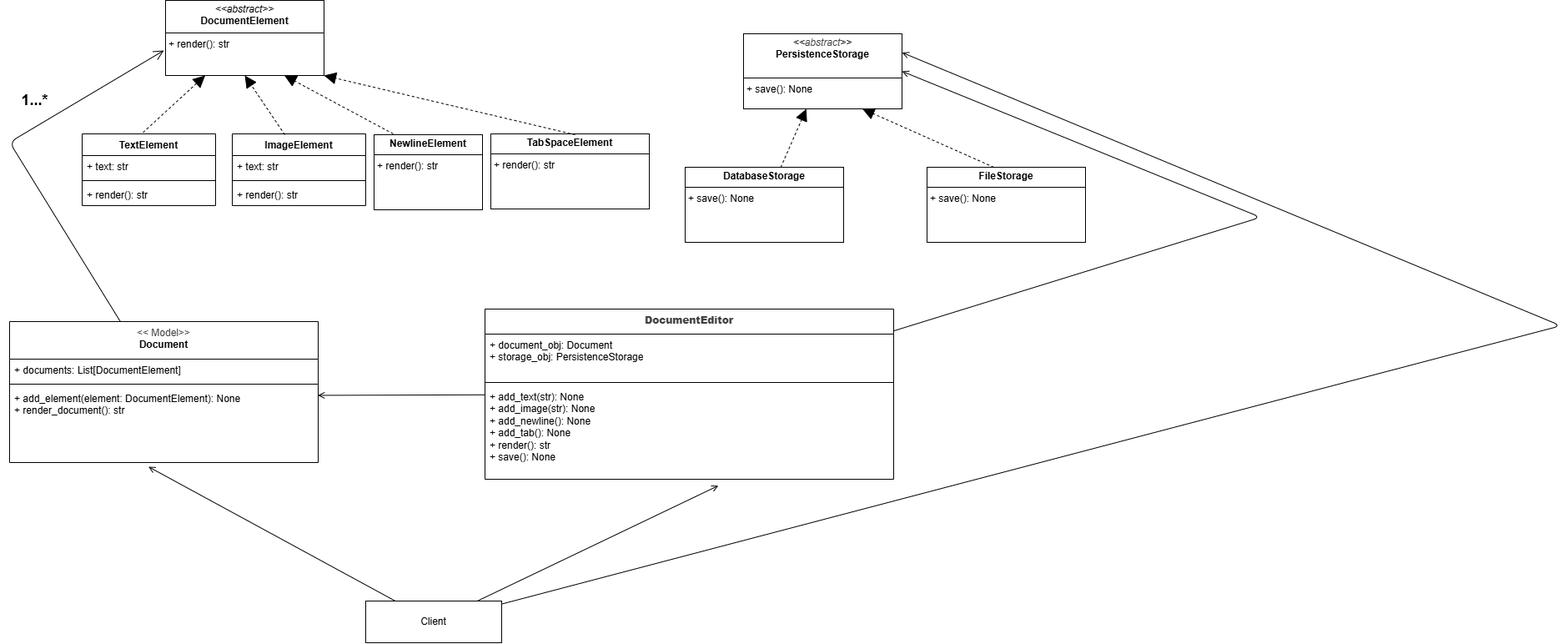
Above: Design problems/01. Document Editor/UML.drawio.png in kom3/LLD-Python (draw.io), before the change. Source tidied: cells renumbered, new cells last; positions are measured from the earlier drawing's top-left corner, leaving out a move shared by most shapes.
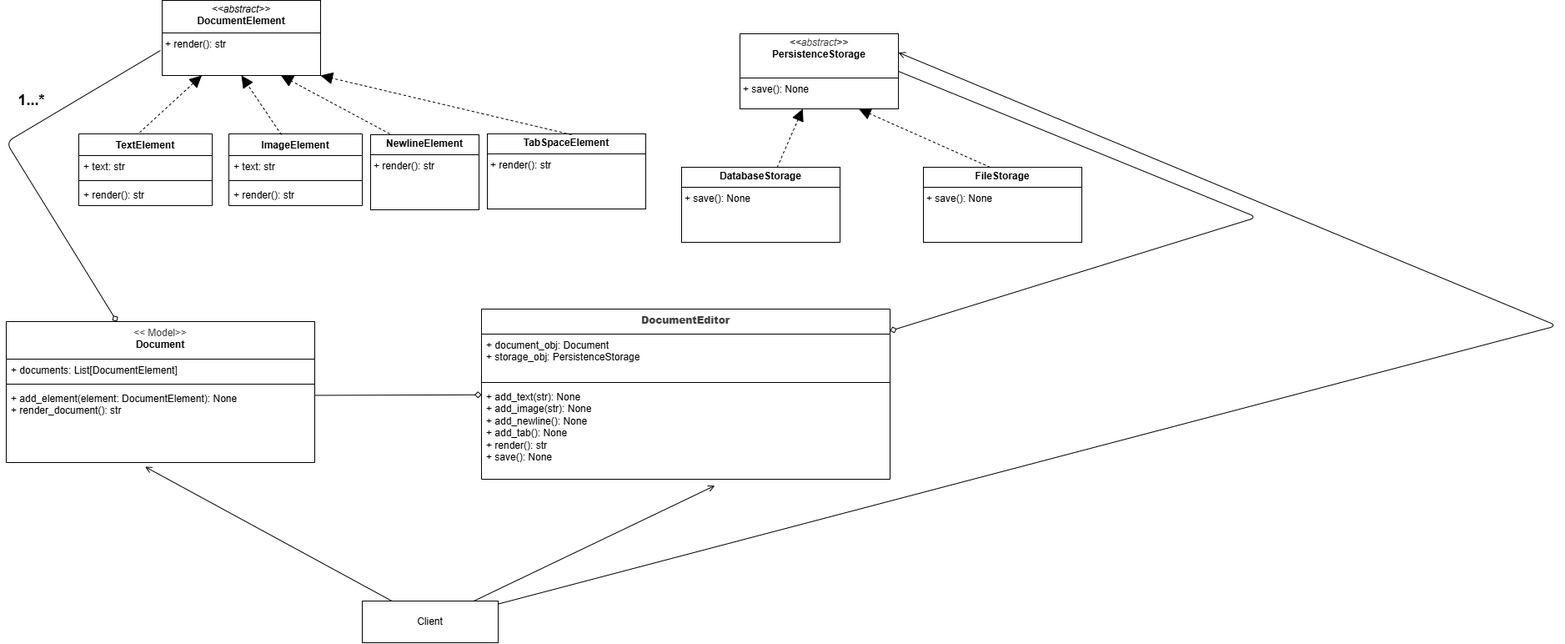
The same diagram one commit later.

What changed in the source:
```diff
@@ -8,7 +8,7 @@
     <mxCell id="3" value="&lt;p style=&quot;margin:0px;margin-top:4px;text-align:center;&quot;&gt;&lt;i&gt;&amp;lt;&amp;lt;&lt;/i&gt;&lt;i style=&quot;color: rgb(63, 63, 63); scrollbar-color: rgb(226, 226, 226) rgb(251, 251, 251);&quot;&gt;abstract&lt;/i&gt;&lt;i&gt;&amp;gt;&amp;gt;&lt;/i&gt;&lt;br&gt;&lt;b&gt;PersistenceStorage&lt;/b&gt;&lt;/p&gt;&lt;p style=&quot;margin:0px;margin-left:4px;&quot;&gt;&lt;br&gt;&lt;/p&gt;&lt;hr size=&quot;1&quot; style=&quot;border-style:solid;&quot;&gt;&lt;p style=&quot;margin:0px;margin-left:4px;&quot;&gt;+ save(): None&lt;br&gt;&lt;br&gt;&lt;/p&gt;" style="verticalAlign=top;align=left;overflow=fill;html=1;whiteSpace=wrap;" parent="1" vertex="1">
       <mxGeometry x="880" y="40" width="190" height="90" as="geometry" />
     </mxCell>
-    <mxCell id="4" style="edgeStyle=none;html=1;endArrow=open;endFill=0;endSize=10;" parent="1" edge="1" source="5">
+    <mxCell id="4" style="edgeStyle=none;html=1;endArrow=none;endFill=0;endSize=10;startArrow=diamond;startFill=0;" parent="1" edge="1" source="5">
       <mxGeometry relative="1" as="geometry">
         <mxPoint x="185" y="60" as="targetPoint" />
         <Array as="points">
@@ -28,7 +28,7 @@
     <mxCell id="8" value="+ add_element(element: DocumentElement): None&lt;div&gt;&lt;span style=&quot;color: rgb(0, 0, 0);&quot;&gt;+ render_document(): str&lt;/span&gt;&lt;/div&gt;" style="text;strokeColor=none;fillColor=none;align=left;verticalAlign=top;spacingLeft=4;spacingRight=4;overflow=hidden;points=[[0,0.5],[1,0.5]];portConstraint=eastwest;whiteSpace=wrap;html=1;" parent="5" vertex="1">
       <mxGeometry y="79" width="370" height="90" as="geometry" />
     </mxCell>
-    <mxCell id="9" style="edgeStyle=none;html=1;entryX=1;entryY=0.5;entryDx=0;entryDy=0;endArrow=open;endFill=0;" parent="1" edge="1" source="10" target="3">
+    <mxCell id="9" style="edgeStyle=none;html=1;entryX=1;entryY=0.5;entryDx=0;entryDy=0;endArrow=none;endFill=0;startArrow=diamond;startFill=0;" parent="1" edge="1" source="10" target="3">
       <mxGeometry relative="1" as="geometry">
         <Array as="points">
           <mxPoint x="1500" y="260" />
@@ -114,7 +114,7 @@
     <mxCell id="32" value="&lt;b&gt;&lt;font style=&quot;font-size: 18px;&quot;&gt;1...*&lt;/font&gt;&lt;/b&gt;" style="text;html=1;align=center;verticalAlign=middle;strokeColor=none;fillColor=none;" parent="1" vertex="1">
       <mxGeometry y="100" width="60" height="40" as="geometry" />
     </mxCell>
-    <mxCell id="33" style="edgeStyle=none;html=1;entryX=0.999;entryY=0.105;entryDx=0;entryDy=0;entryPerimeter=0;endArrow=open;endFill=0;" parent="1" edge="1" source="10" target="8">
+    <mxCell id="33" style="edgeStyle=none;html=1;entryX=0.999;entryY=0.105;entryDx=0;entryDy=0;entryPerimeter=0;endArrow=none;endFill=0;startArrow=diamond;startFill=0;" parent="1" edge="1" source="10" target="8">
       <mxGeometry relative="1" as="geometry" />
     </mxCell>
     <mxCell id="34" style="edgeStyle=none;html=1;entryX=1;entryY=0.25;entryDx=0;entryDy=0;endArrow=open;endFill=0;" parent="1" edge="1" source="35" target="3">
```
